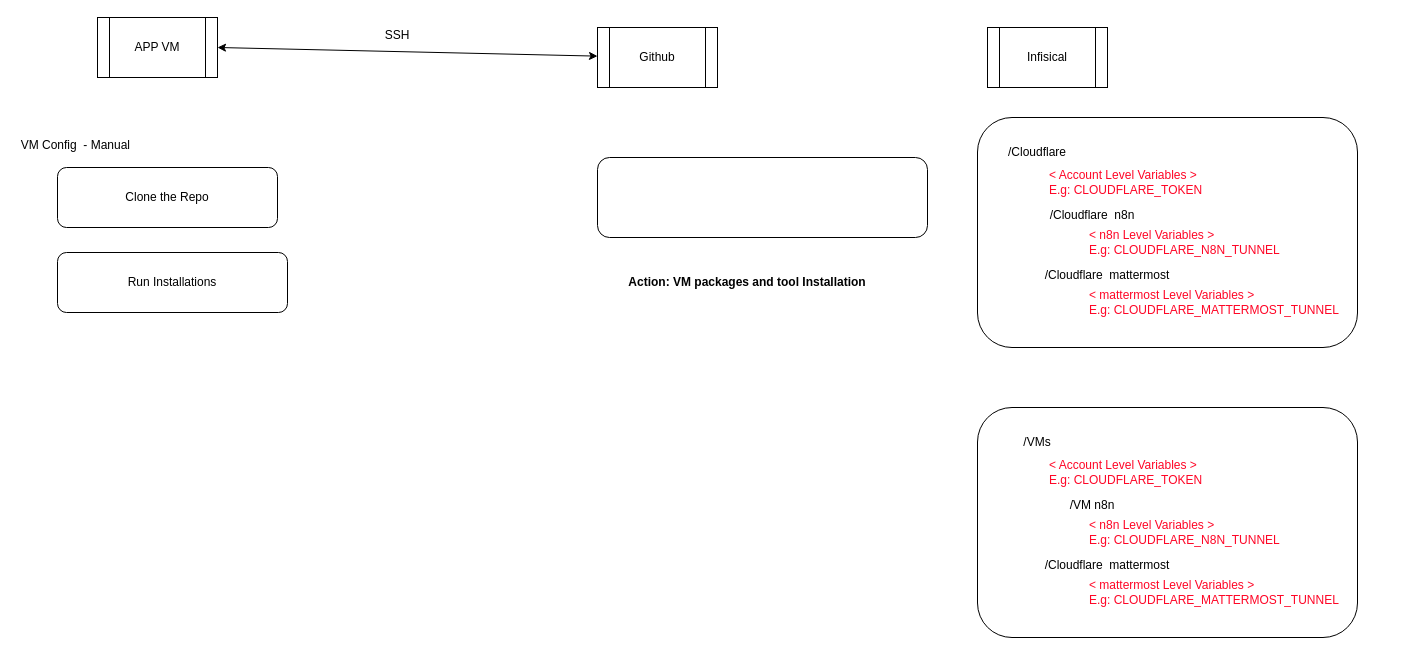
The draw.io diagram VM - CICD App Deployment/architecture.drawio in DoctorDatah/self-hosted-server-apps, before the edit. Source tidied: cells renumbered, new cells numbered last; positions are measured from the earlier drawing's top-left corner, leaving out a move shared by most shapes. Both pictures are drawn from the tidied source at 100%, with x=0, y=0 at pixel (17, 17).
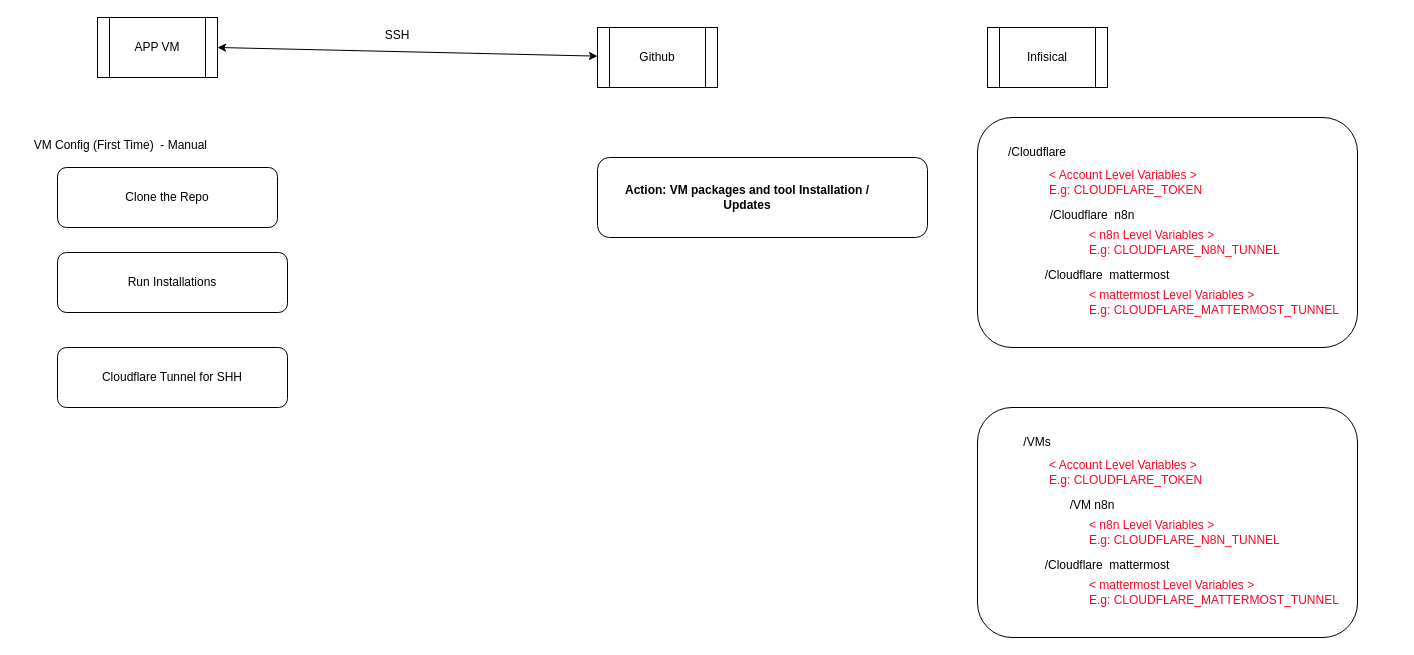
The same diagram, later.

Change to the diagram source:
```diff
@@
-    <mxCell id="14" value="&lt;b&gt;Action: VM packages and tool Installation&lt;/b&gt;" style="text;html=1;whiteSpace=wrap;strokeColor=none;fillColor=none;align=center;verticalAlign=middle;rounded=0;" parent="1" vertex="1">
-      <mxGeometry x="590" y="220" width="280" height="90" as="geometry" />
+    <mxCell id="14" value="&lt;b&gt;Action: VM packages and tool Installation / Updates&lt;/b&gt;" style="text;html=1;whiteSpace=wrap;strokeColor=none;fillColor=none;align=center;verticalAlign=middle;rounded=0;" parent="1" vertex="1">
+      <mxGeometry x="590" y="135" width="280" height="90" as="geometry" />
     </mxCell>
@@
-    <mxCell id="26" value="VM Config &amp;nbsp;- Manual&amp;nbsp;&lt;div&gt;&lt;div&gt;&lt;br&gt;&lt;/div&gt;&lt;/div&gt;" style="text;html=1;whiteSpace=wrap;strokeColor=none;fillColor=none;align=center;verticalAlign=middle;rounded=0;" parent="1" vertex="1">
-      <mxGeometry y="120" width="120" height="30" as="geometry" />
+    <mxCell id="26" value="VM Config (First Time) &amp;nbsp;- Manual&amp;nbsp;&lt;div&gt;&lt;div&gt;&lt;br&gt;&lt;/div&gt;&lt;/div&gt;" style="text;html=1;whiteSpace=wrap;strokeColor=none;fillColor=none;align=center;verticalAlign=middle;rounded=0;" parent="1" vertex="1">
+      <mxGeometry y="120" width="210" height="30" as="geometry" />
     </mxCell>
@@
+    <mxCell id="28" value="Cloudflare Tunnel for SHH" style="rounded=1;whiteSpace=wrap;html=1;" parent="1" vertex="1">
+      <mxGeometry x="40" y="330" width="230" height="60" as="geometry" />
+    </mxCell>
```
